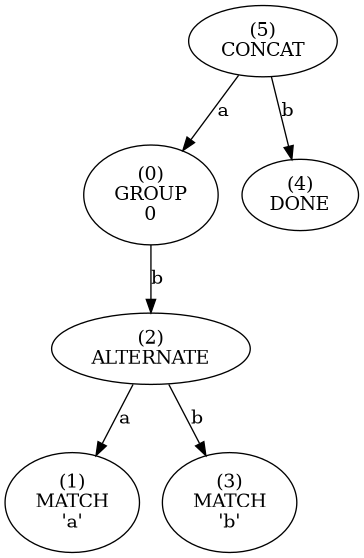
Before: tree/lee.png, a diagram exported from Graphviz (essele/rele). Its source is kept beside it as tree/lee.dot. The source it was exported from:
```dot
digraph tree {
    n0xba1dc5d793a0 [label="(5)
CONCAT
"];
    n0xba1dc5d793a0 -> n0xba1dc5d792d8 [label="a"];
    n0xba1dc5d792d8 [label="(0)
GROUP
0"];
    n0xba1dc5d792d8 -> n0xba1dc5d79328 [label="b"];
    n0xba1dc5d79328 [label="(2)
ALTERNATE
"];
    n0xba1dc5d79328 -> n0xba1dc5d79300 [label="a"];
    n0xba1dc5d79300 [label="(1)
MATCH
'a'"];
    n0xba1dc5d79328 -> n0xba1dc5d79350 [label="b"];
    n0xba1dc5d79350 [label="(3)
MATCH
'b'"];
    n0xba1dc5d793a0 -> n0xba1dc5d79378 [label="b"];
    n0xba1dc5d79378 [label="(4)
DONE
"];
}
```
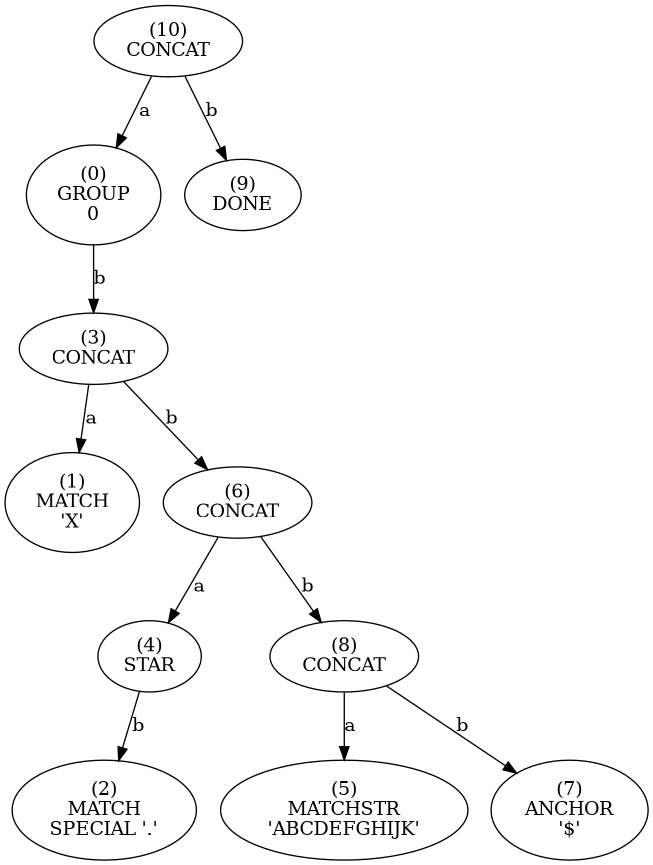
After the change.

What changed in the source:
```diff
@@ -1,25 +1,45 @@
 digraph tree {
-    n0xba1dc5d793a0 [label="(5)
+    n0xb85995d37420 [label="(10)
 CONCAT
 "];
-    n0xba1dc5d793a0 -> n0xba1dc5d792d8 [label="a"];
-    n0xba1dc5d792d8 [label="(0)
+    n0xb85995d37420 -> n0xb85995d372e0 [label="a"];
+    n0xb85995d372e0 [label="(0)
 GROUP
 0"];
-    n0xba1dc5d792d8 -> n0xba1dc5d79328 [label="b"];
-    n0xba1dc5d79328 [label="(2)
-ALTERNATE
+    n0xb85995d372e0 -> n0xb85995d37340 [label="b"];
+    n0xb85995d37340 [label="(3)
+CONCAT
 "];
-    n0xba1dc5d79328 -> n0xba1dc5d79300 [label="a"];
-    n0xba1dc5d79300 [label="(1)
+    n0xb85995d37340 -> n0xb85995d37300 [label="a"];
+    n0xb85995d37300 [label="(1)
 MATCH
-'a'"];
-    n0xba1dc5d79328 -> n0xba1dc5d79350 [label="b"];
-    n0xba1dc5d79350 [label="(3)
+'X'"];
+    n0xb85995d37340 -> n0xb85995d373a0 [label="b"];
+    n0xb85995d373a0 [label="(6)
+CONCAT
+"];
+    n0xb85995d373a0 -> n0xb85995d37360 [label="a"];
+    n0xb85995d37360 [label="(4)
+STAR
+"];
+    n0xb85995d37360 -> n0xb85995d37320 [label="b"];
+    n0xb85995d37320 [label="(2)
 MATCH
-'b'"];
-    n0xba1dc5d793a0 -> n0xba1dc5d79378 [label="b"];
-    n0xba1dc5d79378 [label="(4)
+SPECIAL '.'"];
+    n0xb85995d373a0 -> n0xb85995d373e0 [label="b"];
+    n0xb85995d373e0 [label="(8)
+CONCAT
+"];
+    n0xb85995d373e0 -> n0xb85995d37380 [label="a"];
+    n0xb85995d37380 [label="(5)
+MATCHSTR
+'ABCDEFGHIJK'"];
+    n0xb85995d373e0 -> n0xb85995d373c0 [label="b"];
+    n0xb85995d373c0 [label="(7)
+ANCHOR
+'$'"];
+    n0xb85995d37420 -> n0xb85995d37400 [label="b"];
+    n0xb85995d37400 [label="(9)
 DONE
 "];
 }
```
